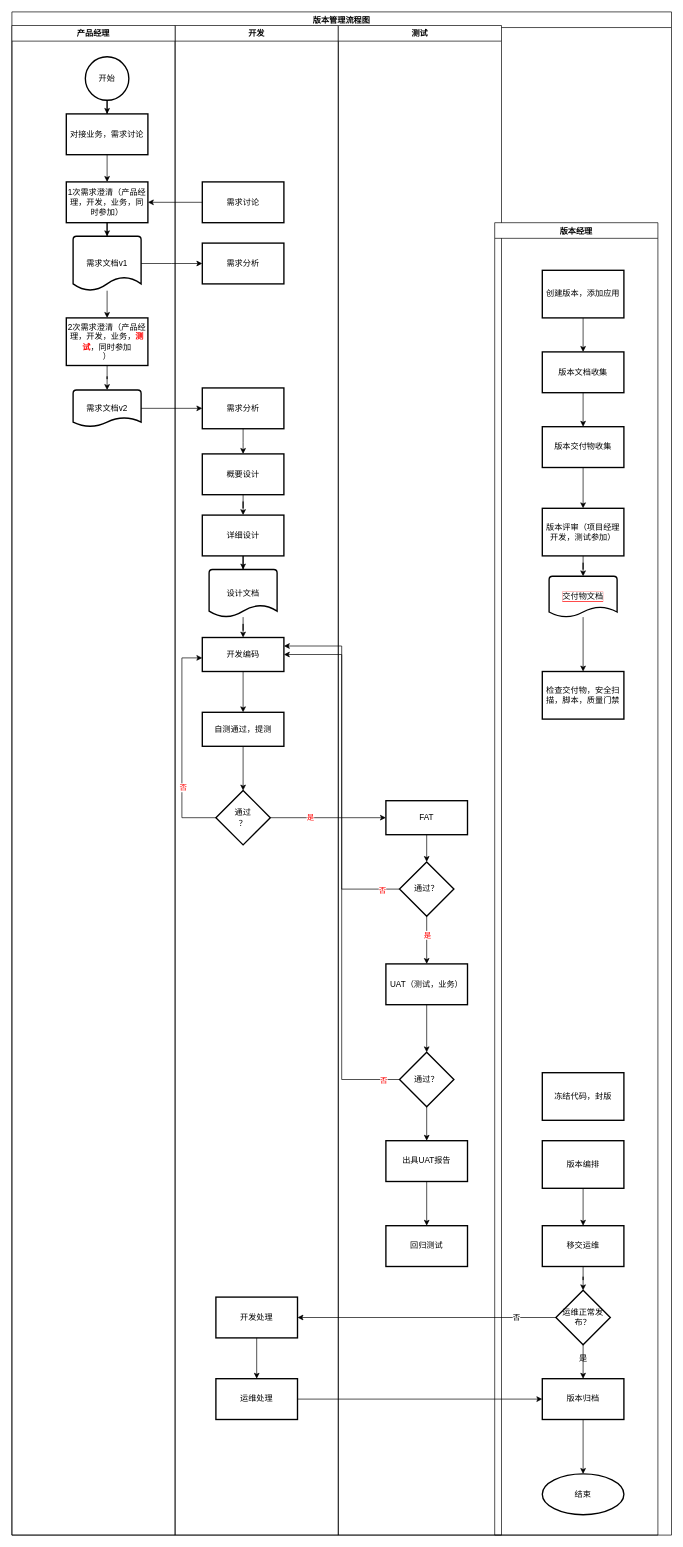
Before: 未命名绘图.drawio in wjwdive/diagrams, a draw.io diagram. Source tidied: cells renumbered, new cells numbered last; positions are measured from the earlier drawing's top-left corner, leaving out a move shared by most shapes. Both pictures are drawn from the tidied source at 68%, with x=0, y=0 at pixel (12, 12).
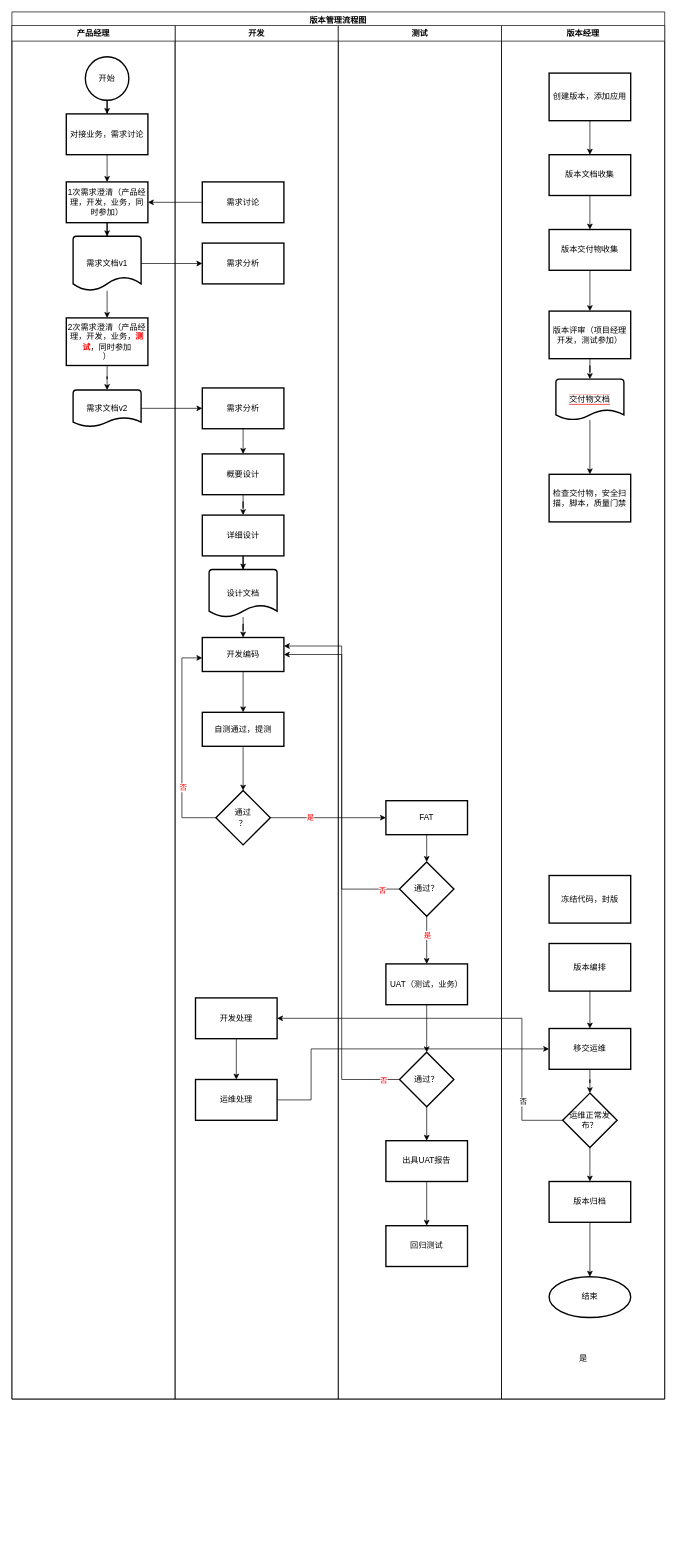
The same diagram, later.

Commit message (it also covers changes not shown here):
版本管理流程.drawio

Unchanged cells that the change refers to:
```xml
<mxCell id="44" value="移交运维" style="whiteSpace=wrap;html=1;strokeWidth=2;" parent="29" vertex="1">
  <mxGeometry x="70" y="1475" width="120" height="60" as="geometry" />
</mxCell>
<mxCell id="46" value="运维正常发布？" style="rhombus;whiteSpace=wrap;html=1;strokeWidth=2;" parent="29" vertex="1">
  <mxGeometry x="90" y="1570" width="80" height="80" as="geometry" />
</mxCell>
<mxCell id="48" value="版本归档" style="whiteSpace=wrap;html=1;strokeWidth=2;" parent="29" vertex="1">
  <mxGeometry x="70" y="1700" width="120" height="60" as="geometry" />
</mxCell>
```

Diff of the diagram source:
```diff
@@
     <mxCell id="2" value="版本管理流程图" style="swimlane;" parent="1" vertex="1">
-      <mxGeometry width="970" height="2240" as="geometry" />
+      <mxGeometry width="960" height="2040" as="geometry" />
     </mxCell>
     <mxCell id="3" value="开发" style="swimlane;" parent="2" vertex="1">
-      <mxGeometry x="240" y="20" width="240" height="2220" as="geometry" />
+      <mxGeometry x="240" y="20" width="240" height="2020" as="geometry" />
     </mxCell>
@@
     <mxCell id="16" value="开发处理" style="whiteSpace=wrap;html=1;strokeWidth=2;" parent="3" vertex="1">
-      <mxGeometry x="60" y="1870" width="120" height="60" as="geometry" />
+      <mxGeometry x="30" y="1430" width="120" height="60" as="geometry" />
     </mxCell>
     <mxCell id="17" value="运维处理" style="whiteSpace=wrap;html=1;strokeWidth=2;" parent="3" vertex="1">
-      <mxGeometry x="60" y="1990" width="120" height="60" as="geometry" />
+      <mxGeometry x="30" y="1550" width="120" height="60" as="geometry" />
     </mxCell>
@@
     <mxCell id="19" value="测试" style="swimlane;startSize=23;" parent="2" vertex="1">
-      <mxGeometry x="480" y="20" width="240" height="2220" as="geometry" />
+      <mxGeometry x="480" y="20" width="240" height="2020" as="geometry" />
     </mxCell>
@@
     <mxCell id="29" value="版本经理" style="swimlane;" parent="2" vertex="1">
-      <mxGeometry x="710" y="310" width="240" height="1930" as="geometry" />
+      <mxGeometry x="720" y="20" width="240" height="2020" as="geometry" />
     </mxCell>
@@
     <mxCell id="51" value="产品经理" style="swimlane;" parent="2" vertex="1">
-      <mxGeometry y="20" width="240" height="2220" as="geometry" />
+      <mxGeometry y="20" width="240" height="2020" as="geometry" />
     </mxCell>
@@
     <mxCell id="67" style="edgeStyle=orthogonalEdgeStyle;rounded=0;jettySize=auto;html=1;fontColor=#000000;entryX=1;entryY=0.5;entryDx=0;entryDy=0;" parent="2" edge="1" source="46" target="16">
-      <mxGeometry relative="1" as="geometry" />
+      <mxGeometry relative="1" as="geometry">
+        <Array as="points">
+          <mxPoint x="750" y="1630" />
+          <mxPoint x="750" y="1480" />
+        </Array>
+      </mxGeometry>
     </mxCell>
@@
-    <mxCell id="69" style="edgeStyle=orthogonalEdgeStyle;rounded=0;jettySize=auto;html=1;entryX=0;entryY=0.5;entryDx=0;entryDy=0;fontColor=#000000;" parent="2" edge="1" source="17" target="48">
-      <mxGeometry relative="1" as="geometry" />
+    <mxCell id="69" style="edgeStyle=orthogonalEdgeStyle;rounded=0;jettySize=auto;html=1;entryX=0;entryY=0.5;entryDx=0;entryDy=0;fontColor=#000000;" parent="2" edge="1" source="17" target="44">
+      <mxGeometry relative="1" as="geometry">
+        <Array as="points">
+          <mxPoint x="440" y="1600" />
+          <mxPoint x="440" y="1525" />
+        </Array>
+      </mxGeometry>
     </mxCell>
```
